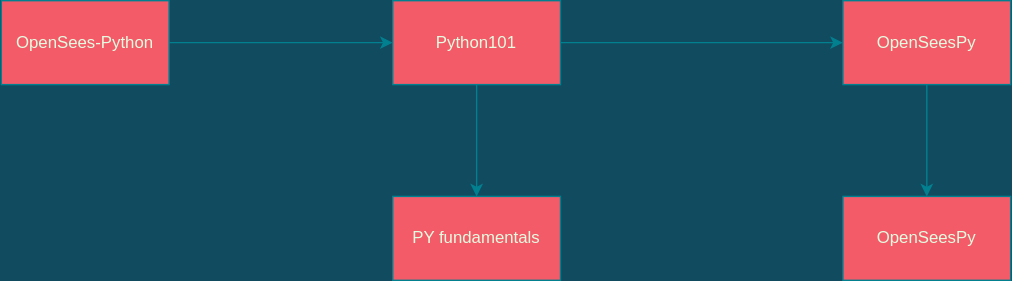
volkanozsarac/OSW-6ICEES keeps this draw.io diagram as Python-OpenSeesPy/img/aad_OSW-6ICEES.drawio.svg. Above is the earlier version. Source tidied: cells renumbered, new cells last; positions are measured from the earlier drawing's top-left corner, leaving out a move shared by most shapes.
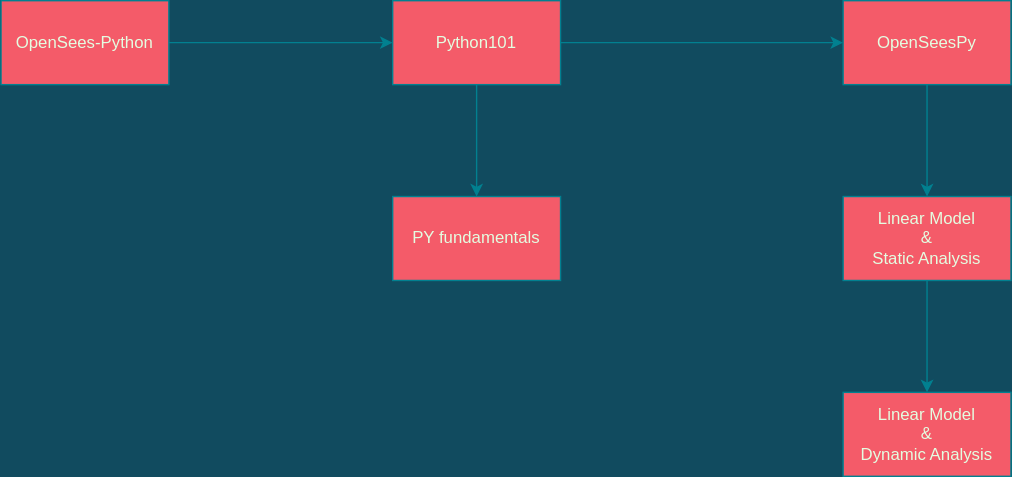
The same file after the commit.

What changed in the source:
```diff
@@ -26,8 +26,14 @@
     <mxCell id="9" value="PY fundamentals" style="rounded=0;whiteSpace=wrap;html=1;fillColor=#F45B69;strokeColor=#028090;fontColor=#E4FDE1;" parent="1" vertex="1">
       <mxGeometry x="280" y="140" width="120" height="60" as="geometry" />
     </mxCell>
+    <mxCell id="11" style="edgeStyle=orthogonalEdgeStyle;curved=0;rounded=1;sketch=0;jettySize=auto;html=1;fontColor=#E4FDE1;strokeColor=#028090;fillColor=#F45B69;" parent="1" edge="1" source="10" target="12">
+      <mxGeometry relative="1" as="geometry" />
+    </mxCell>
-    <mxCell id="10" value="OpenSeesPy" style="rounded=0;whiteSpace=wrap;html=1;fillColor=#F45B69;strokeColor=#028090;fontColor=#E4FDE1;" parent="1" vertex="1">
+    <mxCell id="10" value="Linear Model&lt;br&gt;&amp;amp;&lt;br&gt;Static Analysis" style="rounded=0;whiteSpace=wrap;html=1;fillColor=#F45B69;strokeColor=#028090;fontColor=#E4FDE1;" parent="1" vertex="1">
       <mxGeometry x="602" y="140" width="120" height="60" as="geometry" />
     </mxCell>
+    <mxCell id="12" value="Linear Model&lt;br&gt;&amp;amp;&lt;br&gt;Dynamic Analysis" style="rounded=0;whiteSpace=wrap;html=1;fillColor=#F45B69;strokeColor=#028090;fontColor=#E4FDE1;" parent="1" vertex="1">
+      <mxGeometry x="602" y="280" width="120" height="60" as="geometry" />
+    </mxCell>
   </root>
 </mxGraphModel>
```
